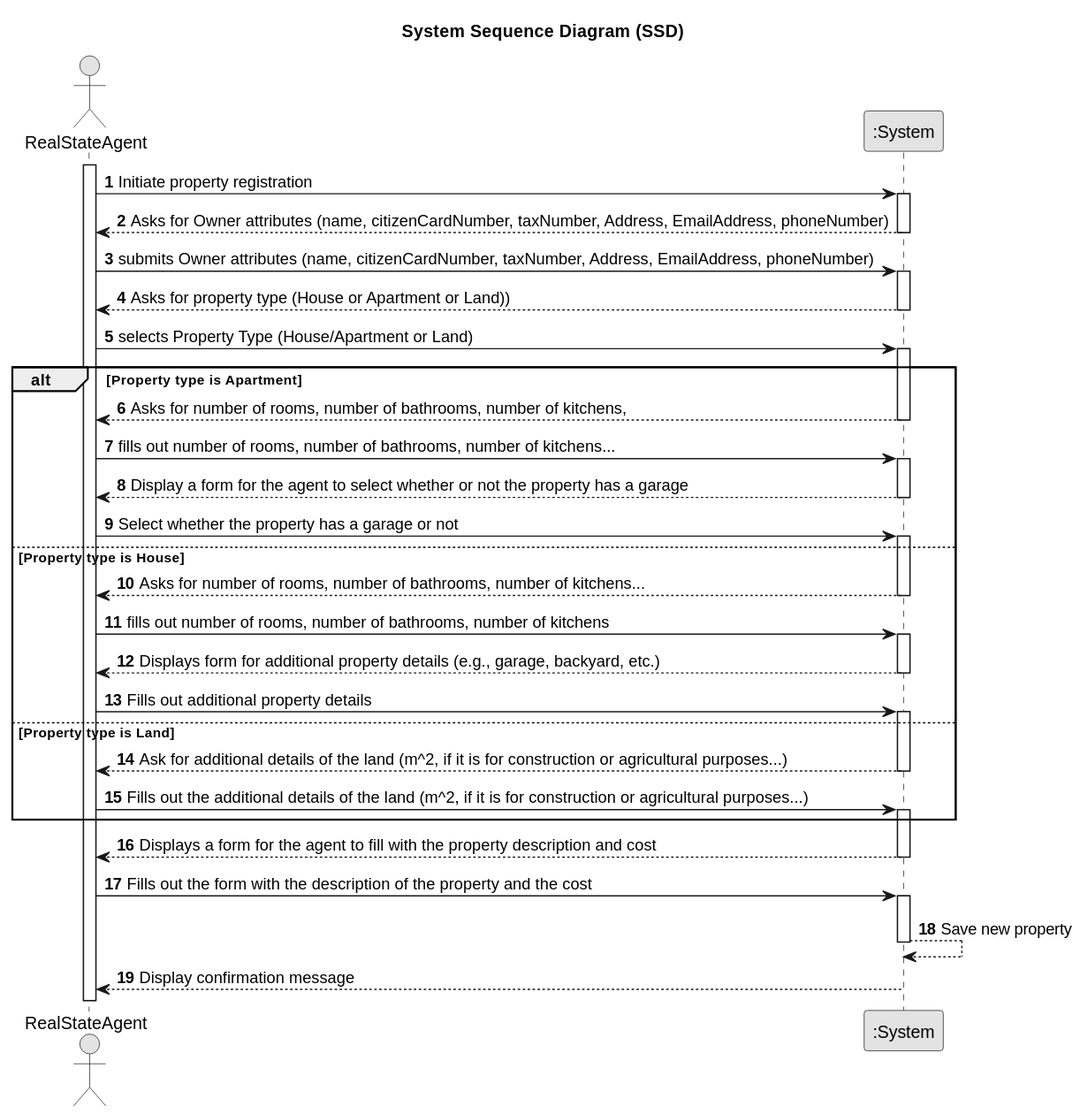
This is lei-22-s2-1do-g68/docs/SprintD/us002Refinement/01.requirements-engineering/svg/us002-System-Sequence-Diagram-Alternative-Two-System_Sequence_Diagram__SSD_.svg from hugosilva2901/lei-22-s2-1DO-g68, a PlantUML export, as it was before one commit.
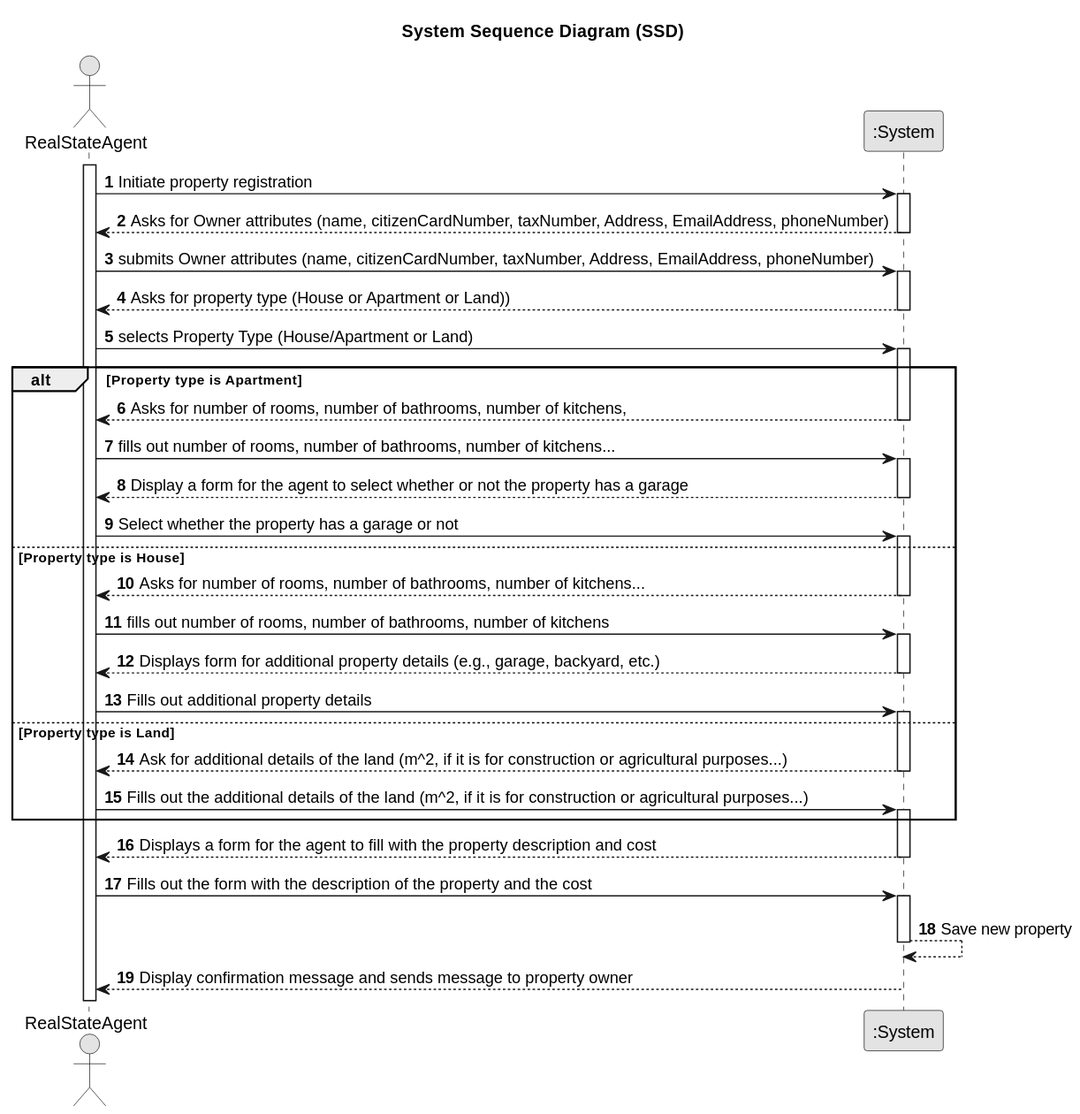
Later version of the same file.

What changed in the source:
```diff
@@ -73,6 +73,6 @@
 System --> System: Save new property
 deactivate System
 
-System --> User: Display confirmation message
+System --> User: Display confirmation message and sends message to property owner
 deactivate System
 @enduml
```
